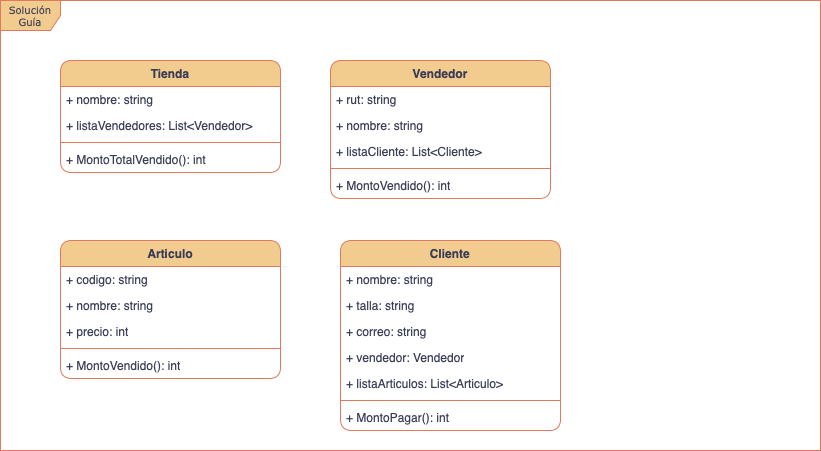
Earlier version of the draw.io export Modulo02/EjercicioVentas/DiagramaDeClasesVentas.drawio.png (sebastiancabezasrios/umayor-progra2-2023-1-publico). Source tidied: cells renumbered, new cells last; positions are measured from the earlier drawing's top-left corner, leaving out a move shared by most shapes.
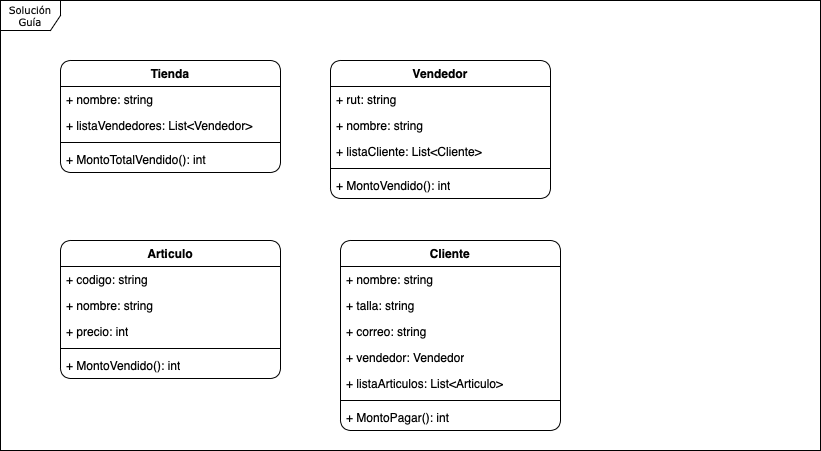
After the commit.

Commit message:
color_blanco

What changed in the source:
```diff
@@ -2,82 +2,82 @@
   <root>
     <mxCell id="0" />
     <mxCell id="1" parent="0" />
-    <mxCell id="2" value="Solución&lt;br&gt;Guía" style="shape=umlFrame;whiteSpace=wrap;html=1;rounded=1;shadow=0;comic=0;labelBackgroundColor=none;strokeWidth=1;fontFamily=Verdana;fontSize=10;align=center;fillColor=#F2CC8F;strokeColor=#E07A5F;fontColor=#393C56;" parent="1" vertex="1">
+    <mxCell id="2" value="Solución&lt;br&gt;Guía" style="shape=umlFrame;whiteSpace=wrap;html=1;rounded=1;shadow=0;comic=0;labelBackgroundColor=none;strokeWidth=1;fontFamily=Verdana;fontSize=10;align=center;" parent="1" vertex="1">
       <mxGeometry width="820" height="450" as="geometry" />
     </mxCell>
-    <mxCell id="3" value="Tienda" style="swimlane;fontStyle=1;align=center;verticalAlign=top;horizontal=1;startSize=26;whiteSpace=wrap;html=1;labelBackgroundColor=none;fillColor=#F2CC8F;strokeColor=#E07A5F;fontColor=#393C56;rounded=1;" parent="1" vertex="1">
+    <mxCell id="3" value="Tienda" style="swimlane;fontStyle=1;align=center;verticalAlign=top;horizontal=1;startSize=26;whiteSpace=wrap;html=1;labelBackgroundColor=none;rounded=1;" parent="1" vertex="1">
       <mxGeometry x="60" y="60" width="220" height="112" as="geometry" />
     </mxCell>
-    <mxCell id="4" value="+ nombre: string" style="text;strokeColor=none;fillColor=none;align=left;verticalAlign=top;spacingLeft=4;spacingRight=4;overflow=hidden;whiteSpace=wrap;html=1;labelBackgroundColor=none;fontColor=#393C56;rounded=1;" parent="3" vertex="1">
+    <mxCell id="4" value="+ nombre: string" style="text;strokeColor=none;fillColor=none;align=left;verticalAlign=top;spacingLeft=4;spacingRight=4;overflow=hidden;whiteSpace=wrap;html=1;labelBackgroundColor=none;rounded=1;" parent="3" vertex="1">
       <mxGeometry y="26" width="220" height="26" as="geometry" />
     </mxCell>
-    <mxCell id="5" value="+ listaVendedores: List&amp;lt;Vendedor&amp;gt;" style="text;strokeColor=none;fillColor=none;align=left;verticalAlign=top;spacingLeft=4;spacingRight=4;overflow=hidden;whiteSpace=wrap;html=1;labelBackgroundColor=none;fontColor=#393C56;rounded=1;" parent="3" vertex="1">
+    <mxCell id="5" value="+ listaVendedores: List&amp;lt;Vendedor&amp;gt;" style="text;strokeColor=none;fillColor=none;align=left;verticalAlign=top;spacingLeft=4;spacingRight=4;overflow=hidden;whiteSpace=wrap;html=1;labelBackgroundColor=none;rounded=1;" parent="3" vertex="1">
       <mxGeometry y="52" width="220" height="26" as="geometry" />
     </mxCell>
-    <mxCell id="6" style="line;strokeWidth=1;fillColor=none;align=left;verticalAlign=middle;spacingTop=-1;spacingLeft=3;spacingRight=3;labelPosition=right;strokeColor=#E07A5F;labelBackgroundColor=none;fontColor=#393C56;rounded=1;" parent="3" vertex="1">
+    <mxCell id="6" style="line;strokeWidth=1;fillColor=none;align=left;verticalAlign=middle;spacingTop=-1;spacingLeft=3;spacingRight=3;labelPosition=right;labelBackgroundColor=none;rounded=1;" parent="3" vertex="1">
       <mxGeometry y="78" width="220" height="8" as="geometry" />
     </mxCell>
-    <mxCell id="7" value="+&amp;nbsp;MontoTotalVendido(): int" style="text;strokeColor=none;fillColor=none;align=left;verticalAlign=top;spacingLeft=4;spacingRight=4;overflow=hidden;whiteSpace=wrap;html=1;labelBackgroundColor=none;fontColor=#393C56;rounded=1;" parent="3" vertex="1">
+    <mxCell id="7" value="+&amp;nbsp;MontoTotalVendido(): int" style="text;strokeColor=none;fillColor=none;align=left;verticalAlign=top;spacingLeft=4;spacingRight=4;overflow=hidden;whiteSpace=wrap;html=1;labelBackgroundColor=none;rounded=1;" parent="3" vertex="1">
       <mxGeometry y="86" width="220" height="26" as="geometry" />
     </mxCell>
-    <mxCell id="8" value="Vendedor" style="swimlane;fontStyle=1;align=center;verticalAlign=top;horizontal=1;startSize=26;whiteSpace=wrap;html=1;labelBackgroundColor=none;fillColor=#F2CC8F;strokeColor=#E07A5F;fontColor=#393C56;rounded=1;" parent="1" vertex="1">
+    <mxCell id="8" value="Vendedor" style="swimlane;fontStyle=1;align=center;verticalAlign=top;horizontal=1;startSize=26;whiteSpace=wrap;html=1;labelBackgroundColor=none;rounded=1;" parent="1" vertex="1">
       <mxGeometry x="330" y="60" width="220" height="138" as="geometry" />
     </mxCell>
-    <mxCell id="9" value="+ rut: string" style="text;strokeColor=none;fillColor=none;align=left;verticalAlign=top;spacingLeft=4;spacingRight=4;overflow=hidden;whiteSpace=wrap;html=1;labelBackgroundColor=none;fontColor=#393C56;rounded=1;" parent="8" vertex="1">
+    <mxCell id="9" value="+ rut: string" style="text;strokeColor=none;fillColor=none;align=left;verticalAlign=top;spacingLeft=4;spacingRight=4;overflow=hidden;whiteSpace=wrap;html=1;labelBackgroundColor=none;rounded=1;" parent="8" vertex="1">
       <mxGeometry y="26" width="220" height="26" as="geometry" />
     </mxCell>
-    <mxCell id="10" value="+ nombre: string" style="text;strokeColor=none;fillColor=none;align=left;verticalAlign=top;spacingLeft=4;spacingRight=4;overflow=hidden;whiteSpace=wrap;html=1;labelBackgroundColor=none;fontColor=#393C56;rounded=1;" parent="8" vertex="1">
+    <mxCell id="10" value="+ nombre: string" style="text;strokeColor=none;fillColor=none;align=left;verticalAlign=top;spacingLeft=4;spacingRight=4;overflow=hidden;whiteSpace=wrap;html=1;labelBackgroundColor=none;rounded=1;" parent="8" vertex="1">
       <mxGeometry y="52" width="220" height="26" as="geometry" />
     </mxCell>
-    <mxCell id="11" value="+ listaCliente: List&amp;lt;Cliente&amp;gt;" style="text;strokeColor=none;fillColor=none;align=left;verticalAlign=top;spacingLeft=4;spacingRight=4;overflow=hidden;whiteSpace=wrap;html=1;labelBackgroundColor=none;fontColor=#393C56;rounded=1;" parent="8" vertex="1">
+    <mxCell id="11" value="+ listaCliente: List&amp;lt;Cliente&amp;gt;" style="text;strokeColor=none;fillColor=none;align=left;verticalAlign=top;spacingLeft=4;spacingRight=4;overflow=hidden;whiteSpace=wrap;html=1;labelBackgroundColor=none;rounded=1;" parent="8" vertex="1">
       <mxGeometry y="78" width="220" height="26" as="geometry" />
     </mxCell>
-    <mxCell id="12" style="line;strokeWidth=1;fillColor=none;align=left;verticalAlign=middle;spacingTop=-1;spacingLeft=3;spacingRight=3;labelPosition=right;strokeColor=#E07A5F;labelBackgroundColor=none;fontColor=#393C56;rounded=1;" parent="8" vertex="1">
+    <mxCell id="12" style="line;strokeWidth=1;fillColor=none;align=left;verticalAlign=middle;spacingTop=-1;spacingLeft=3;spacingRight=3;labelPosition=right;labelBackgroundColor=none;rounded=1;" parent="8" vertex="1">
       <mxGeometry y="104" width="220" height="8" as="geometry" />
     </mxCell>
-    <mxCell id="13" value="+&amp;nbsp;MontoVendido(): int" style="text;strokeColor=none;fillColor=none;align=left;verticalAlign=top;spacingLeft=4;spacingRight=4;overflow=hidden;whiteSpace=wrap;html=1;labelBackgroundColor=none;fontColor=#393C56;rounded=1;" parent="8" vertex="1">
+    <mxCell id="13" value="+&amp;nbsp;MontoVendido(): int" style="text;strokeColor=none;fillColor=none;align=left;verticalAlign=top;spacingLeft=4;spacingRight=4;overflow=hidden;whiteSpace=wrap;html=1;labelBackgroundColor=none;rounded=1;" parent="8" vertex="1">
       <mxGeometry y="112" width="220" height="26" as="geometry" />
     </mxCell>
-    <mxCell id="14" value="Articulo" style="swimlane;fontStyle=1;align=center;verticalAlign=top;horizontal=1;startSize=26;whiteSpace=wrap;html=1;labelBackgroundColor=none;fillColor=#F2CC8F;strokeColor=#E07A5F;fontColor=#393C56;rounded=1;" parent="1" vertex="1">
+    <mxCell id="14" value="Articulo" style="swimlane;fontStyle=1;align=center;verticalAlign=top;horizontal=1;startSize=26;whiteSpace=wrap;html=1;labelBackgroundColor=none;rounded=1;" parent="1" vertex="1">
       <mxGeometry x="60" y="240" width="220" height="138" as="geometry" />
     </mxCell>
-    <mxCell id="15" value="+ codigo: string" style="text;strokeColor=none;fillColor=none;align=left;verticalAlign=top;spacingLeft=4;spacingRight=4;overflow=hidden;whiteSpace=wrap;html=1;labelBackgroundColor=none;fontColor=#393C56;rounded=1;" parent="14" vertex="1">
+    <mxCell id="15" value="+ codigo: string" style="text;strokeColor=none;fillColor=none;align=left;verticalAlign=top;spacingLeft=4;spacingRight=4;overflow=hidden;whiteSpace=wrap;html=1;labelBackgroundColor=none;rounded=1;" parent="14" vertex="1">
       <mxGeometry y="26" width="220" height="26" as="geometry" />
     </mxCell>
-    <mxCell id="16" value="+ nombre: string" style="text;strokeColor=none;fillColor=none;align=left;verticalAlign=top;spacingLeft=4;spacingRight=4;overflow=hidden;whiteSpace=wrap;html=1;labelBackgroundColor=none;fontColor=#393C56;rounded=1;" parent="14" vertex="1">
+    <mxCell id="16" value="+ nombre: string" style="text;strokeColor=none;fillColor=none;align=left;verticalAlign=top;spacingLeft=4;spacingRight=4;overflow=hidden;whiteSpace=wrap;html=1;labelBackgroundColor=none;rounded=1;" parent="14" vertex="1">
       <mxGeometry y="52" width="220" height="26" as="geometry" />
     </mxCell>
-    <mxCell id="17" value="+ precio: int" style="text;strokeColor=none;fillColor=none;align=left;verticalAlign=top;spacingLeft=4;spacingRight=4;overflow=hidden;whiteSpace=wrap;html=1;labelBackgroundColor=none;fontColor=#393C56;rounded=1;" parent="14" vertex="1">
+    <mxCell id="17" value="+ precio: int" style="text;strokeColor=none;fillColor=none;align=left;verticalAlign=top;spacingLeft=4;spacingRight=4;overflow=hidden;whiteSpace=wrap;html=1;labelBackgroundColor=none;rounded=1;" parent="14" vertex="1">
       <mxGeometry y="78" width="220" height="26" as="geometry" />
     </mxCell>
-    <mxCell id="18" style="line;strokeWidth=1;fillColor=none;align=left;verticalAlign=middle;spacingTop=-1;spacingLeft=3;spacingRight=3;labelPosition=right;strokeColor=#E07A5F;labelBackgroundColor=none;fontColor=#393C56;rounded=1;" parent="14" vertex="1">
+    <mxCell id="18" style="line;strokeWidth=1;fillColor=none;align=left;verticalAlign=middle;spacingTop=-1;spacingLeft=3;spacingRight=3;labelPosition=right;labelBackgroundColor=none;rounded=1;" parent="14" vertex="1">
       <mxGeometry y="104" width="220" height="8" as="geometry" />
     </mxCell>
-    <mxCell id="19" value="+&amp;nbsp;MontoVendido(): int" style="text;strokeColor=none;fillColor=none;align=left;verticalAlign=top;spacingLeft=4;spacingRight=4;overflow=hidden;whiteSpace=wrap;html=1;labelBackgroundColor=none;fontColor=#393C56;rounded=1;" parent="14" vertex="1">
+    <mxCell id="19" value="+&amp;nbsp;MontoVendido(): int" style="text;strokeColor=none;fillColor=none;align=left;verticalAlign=top;spacingLeft=4;spacingRight=4;overflow=hidden;whiteSpace=wrap;html=1;labelBackgroundColor=none;rounded=1;" parent="14" vertex="1">
       <mxGeometry y="112" width="220" height="26" as="geometry" />
     </mxCell>
-    <mxCell id="20" value="Cliente" style="swimlane;fontStyle=1;align=center;verticalAlign=top;horizontal=1;startSize=26;whiteSpace=wrap;html=1;labelBackgroundColor=none;fillColor=#F2CC8F;strokeColor=#E07A5F;fontColor=#393C56;rounded=1;" parent="1" vertex="1">
+    <mxCell id="20" value="Cliente" style="swimlane;fontStyle=1;align=center;verticalAlign=top;horizontal=1;startSize=26;whiteSpace=wrap;html=1;labelBackgroundColor=none;rounded=1;" parent="1" vertex="1">
       <mxGeometry x="340" y="240" width="220" height="190" as="geometry" />
     </mxCell>
-    <mxCell id="21" value="+ nombre: string" style="text;strokeColor=none;fillColor=none;align=left;verticalAlign=top;spacingLeft=4;spacingRight=4;overflow=hidden;whiteSpace=wrap;html=1;labelBackgroundColor=none;fontColor=#393C56;rounded=1;" parent="20" vertex="1">
+    <mxCell id="21" value="+ nombre: string" style="text;strokeColor=none;fillColor=none;align=left;verticalAlign=top;spacingLeft=4;spacingRight=4;overflow=hidden;whiteSpace=wrap;html=1;labelBackgroundColor=none;rounded=1;" parent="20" vertex="1">
       <mxGeometry y="26" width="220" height="26" as="geometry" />
     </mxCell>
-    <mxCell id="22" value="+ talla: string" style="text;strokeColor=none;fillColor=none;align=left;verticalAlign=top;spacingLeft=4;spacingRight=4;overflow=hidden;whiteSpace=wrap;html=1;labelBackgroundColor=none;fontColor=#393C56;rounded=1;" parent="20" vertex="1">
+    <mxCell id="22" value="+ talla: string" style="text;strokeColor=none;fillColor=none;align=left;verticalAlign=top;spacingLeft=4;spacingRight=4;overflow=hidden;whiteSpace=wrap;html=1;labelBackgroundColor=none;rounded=1;" parent="20" vertex="1">
       <mxGeometry y="52" width="220" height="26" as="geometry" />
     </mxCell>
-    <mxCell id="23" value="+ correo: string" style="text;strokeColor=none;fillColor=none;align=left;verticalAlign=top;spacingLeft=4;spacingRight=4;overflow=hidden;whiteSpace=wrap;html=1;labelBackgroundColor=none;fontColor=#393C56;rounded=1;" parent="20" vertex="1">
+    <mxCell id="23" value="+ correo: string" style="text;strokeColor=none;fillColor=none;align=left;verticalAlign=top;spacingLeft=4;spacingRight=4;overflow=hidden;whiteSpace=wrap;html=1;labelBackgroundColor=none;rounded=1;" parent="20" vertex="1">
       <mxGeometry y="78" width="220" height="26" as="geometry" />
     </mxCell>
-    <mxCell id="24" value="+ vendedor: Vendedor" style="text;strokeColor=none;fillColor=none;align=left;verticalAlign=top;spacingLeft=4;spacingRight=4;overflow=hidden;whiteSpace=wrap;html=1;labelBackgroundColor=none;fontColor=#393C56;rounded=1;" parent="20" vertex="1">
+    <mxCell id="24" value="+ vendedor: Vendedor" style="text;strokeColor=none;fillColor=none;align=left;verticalAlign=top;spacingLeft=4;spacingRight=4;overflow=hidden;whiteSpace=wrap;html=1;labelBackgroundColor=none;rounded=1;" parent="20" vertex="1">
       <mxGeometry y="104" width="220" height="26" as="geometry" />
     </mxCell>
-    <mxCell id="25" value="+ listaArticulos: List&amp;lt;Articulo&amp;gt;" style="text;strokeColor=none;fillColor=none;align=left;verticalAlign=top;spacingLeft=4;spacingRight=4;overflow=hidden;whiteSpace=wrap;html=1;labelBackgroundColor=none;fontColor=#393C56;rounded=1;" parent="20" vertex="1">
+    <mxCell id="25" value="+ listaArticulos: List&amp;lt;Articulo&amp;gt;" style="text;strokeColor=none;fillColor=none;align=left;verticalAlign=top;spacingLeft=4;spacingRight=4;overflow=hidden;whiteSpace=wrap;html=1;labelBackgroundColor=none;rounded=1;" parent="20" vertex="1">
       <mxGeometry y="130" width="220" height="26" as="geometry" />
     </mxCell>
-    <mxCell id="26" style="line;strokeWidth=1;fillColor=none;align=left;verticalAlign=middle;spacingTop=-1;spacingLeft=3;spacingRight=3;labelPosition=right;strokeColor=#E07A5F;labelBackgroundColor=none;fontColor=#393C56;rounded=1;" parent="20" vertex="1">
+    <mxCell id="26" style="line;strokeWidth=1;fillColor=none;align=left;verticalAlign=middle;spacingTop=-1;spacingLeft=3;spacingRight=3;labelPosition=right;labelBackgroundColor=none;rounded=1;" parent="20" vertex="1">
       <mxGeometry y="156" width="220" height="8" as="geometry" />
     </mxCell>
-    <mxCell id="27" value="+&amp;nbsp;MontoPagar(): int" style="text;strokeColor=none;fillColor=none;align=left;verticalAlign=top;spacingLeft=4;spacingRight=4;overflow=hidden;whiteSpace=wrap;html=1;labelBackgroundColor=none;fontColor=#393C56;rounded=1;" parent="20" vertex="1">
+    <mxCell id="27" value="+&amp;nbsp;MontoPagar(): int" style="text;strokeColor=none;fillColor=none;align=left;verticalAlign=top;spacingLeft=4;spacingRight=4;overflow=hidden;whiteSpace=wrap;html=1;labelBackgroundColor=none;rounded=1;" parent="20" vertex="1">
       <mxGeometry y="164" width="220" height="26" as="geometry" />
     </mxCell>
   </root>
```
